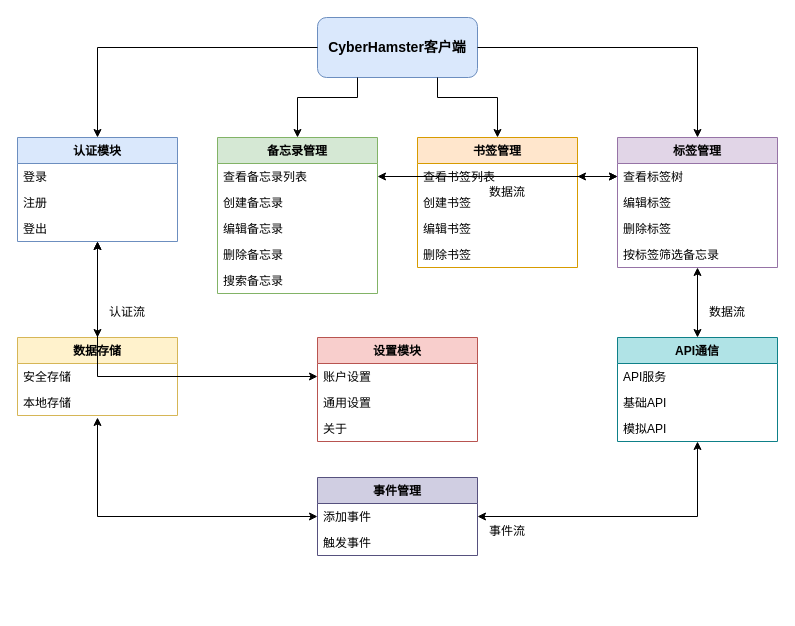
Before: drawio/client-features.drawio in ancientElement/CyberHamster, a draw.io diagram. Source tidied: cells renumbered, new cells numbered last; positions are measured from the earlier drawing's top-left corner, leaving out a move shared by most shapes. Both pictures are drawn from the tidied source at 100%, with x=0, y=0 at pixel (17, 17).
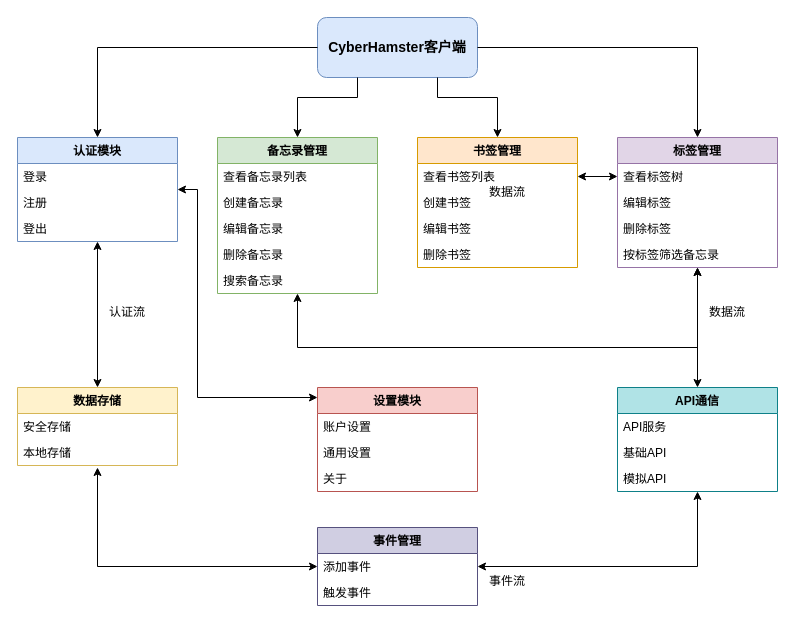
The same diagram, later.

Commit message (it also covers changes not shown here):
更新UML和客户端功能图，调整了图形布局和元素位置，优化了样式设置，确保文档与最新设计一致。

The change refers to these unchanged cells:
```xml
<mxCell id="3" value="认证模块" style="swimlane;fontStyle=1;align=center;verticalAlign=top;horizontal=1;startSize=26;fillColor=#dae8fc;strokeColor=#6c8ebf;" parent="1" vertex="1">
  <mxGeometry y="120" width="160" height="104" as="geometry" />
</mxCell>
<mxCell id="7" value="备忘录管理" style="swimlane;fontStyle=1;align=center;verticalAlign=top;horizontal=1;startSize=26;fillColor=#d5e8d4;strokeColor=#82b366;" parent="1" vertex="1">
  <mxGeometry x="200" y="120" width="160" height="156" as="geometry" />
</mxCell>
<mxCell id="8" value="查看备忘录列表" style="text;strokeColor=none;fillColor=none;align=left;verticalAlign=top;spacingLeft=4;spacingRight=4;overflow=hidden;points=[[0,0.5],[1,0.5]];portConstraint=eastwest;" parent="7" vertex="1">
  <mxGeometry y="26" width="160" height="26" as="geometry" />
</mxCell>
<mxCell id="18" value="标签管理" style="swimlane;fontStyle=1;align=center;verticalAlign=top;horizontal=1;startSize=26;fillColor=#e1d5e7;strokeColor=#9673a6;" parent="1" vertex="1">
  <mxGeometry x="600" y="120" width="160" height="130" as="geometry" />
</mxCell>
<mxCell id="19" value="查看标签树" style="text;strokeColor=none;fillColor=none;align=left;verticalAlign=top;spacingLeft=4;spacingRight=4;overflow=hidden;points=[[0,0.5],[1,0.5]];portConstraint=eastwest;" parent="18" vertex="1">
  <mxGeometry y="26" width="160" height="26" as="geometry" />
</mxCell>
<mxCell id="24" value="账户设置" style="text;strokeColor=none;fillColor=none;align=left;verticalAlign=top;spacingLeft=4;spacingRight=4;overflow=hidden;points=[[0,0.5],[1,0.5]];portConstraint=eastwest;" parent="23" vertex="1">
  <mxGeometry y="26" width="160" height="26" as="geometry" />
</mxCell>
<mxCell id="35" value="添加事件" style="text;strokeColor=none;fillColor=none;align=left;verticalAlign=top;spacingLeft=4;spacingRight=4;overflow=hidden;points=[[0,0.5],[1,0.5]];portConstraint=eastwest;" parent="34" vertex="1">
  <mxGeometry y="26" width="160" height="26" as="geometry" />
</mxCell>
```

Change to the diagram source:
```diff
@@
     <mxCell id="23" value="设置模块" style="swimlane;fontStyle=1;align=center;verticalAlign=top;horizontal=1;startSize=26;fillColor=#f8cecc;strokeColor=#b85450;" parent="1" vertex="1">
-      <mxGeometry x="300" y="320" width="160" height="104" as="geometry" />
+      <mxGeometry x="300" y="370" width="160" height="104" as="geometry" />
     </mxCell>
@@
     <mxCell id="27" value="数据存储" style="swimlane;fontStyle=1;align=center;verticalAlign=top;horizontal=1;startSize=26;fillColor=#fff2cc;strokeColor=#d6b656;" parent="1" vertex="1">
-      <mxGeometry y="320" width="160" height="78" as="geometry" />
+      <mxGeometry y="370" width="160" height="78" as="geometry" />
     </mxCell>
@@
     <mxCell id="30" value="API通信" style="swimlane;fontStyle=1;align=center;verticalAlign=top;horizontal=1;startSize=26;fillColor=#b0e3e6;strokeColor=#0e8088;" parent="1" vertex="1">
-      <mxGeometry x="600" y="320" width="160" height="104" as="geometry" />
+      <mxGeometry x="600" y="370" width="160" height="104" as="geometry" />
     </mxCell>
@@
     <mxCell id="34" value="事件管理" style="swimlane;fontStyle=1;align=center;verticalAlign=top;horizontal=1;startSize=26;fillColor=#d0cee2;strokeColor=#56517e;" parent="1" vertex="1">
-      <mxGeometry x="300" y="460" width="160" height="78" as="geometry" />
+      <mxGeometry x="300" y="510" width="160" height="78" as="geometry" />
     </mxCell>
@@
-    <mxCell id="41" style="endArrow=classic;startArrow=classic;html=1;rounded=0;exitX=1;exitY=0.5;exitDx=0;exitDy=0;entryX=0;entryY=0.5;entryDx=0;entryDy=0;" parent="1" edge="1" source="8" target="19">
-      <mxGeometry relative="1" as="geometry" />
+    <mxCell id="41" style="endArrow=classic;startArrow=classic;html=1;rounded=0;edgeStyle=orthogonalEdgeStyle;" parent="1" edge="1" source="7" target="18">
+      <mxGeometry relative="1" as="geometry">
+        <Array as="points">
+          <mxPoint x="280" y="330" />
+          <mxPoint x="680" y="330" />
+        </Array>
+      </mxGeometry>
     </mxCell>
@@
-    <mxCell id="43" style="endArrow=classic;startArrow=classic;html=1;rounded=0;exitX=0.5;exitY=1;exitDx=0;exitDy=0;entryX=0;entryY=0.5;entryDx=0;entryDy=0;" parent="1" edge="1" source="3" target="24">
+    <mxCell id="43" style="endArrow=classic;startArrow=classic;html=1;rounded=0;edgeStyle=orthogonalEdgeStyle;" parent="1" edge="1" source="3" target="23">
       <mxGeometry relative="1" as="geometry">
         <Array as="points">
-          <mxPoint x="80" y="280" />
-          <mxPoint x="80" y="359" />
+          <mxPoint x="180" y="172" />
+          <mxPoint x="180" y="380" />
         </Array>
       </mxGeometry>
     </mxCell>
@@
     <mxCell id="46" style="endArrow=classic;startArrow=classic;html=1;rounded=0;exitX=0;exitY=0.5;exitDx=0;exitDy=0;" parent="1" edge="1" source="35">
       <mxGeometry relative="1" as="geometry">
-        <mxPoint x="80" y="400" as="targetPoint" />
+        <mxPoint x="80" y="450" as="targetPoint" />
         <Array as="points">
-          <mxPoint x="80" y="499" />
+          <mxPoint x="80" y="549" />
         </Array>
       </mxGeometry>
     </mxCell>
     <mxCell id="47" style="endArrow=classic;startArrow=classic;html=1;rounded=0;exitX=1;exitY=0.5;exitDx=0;exitDy=0;entryX=0.5;entryY=1;entryDx=0;entryDy=0;" parent="1" edge="1" source="35" target="30">
       <mxGeometry relative="1" as="geometry">
         <Array as="points">
-          <mxPoint x="680" y="499" />
+          <mxPoint x="680" y="549" />
         </Array>
       </mxGeometry>
     </mxCell>
@@
     <mxCell id="50" value="事件流" style="text;html=1;strokeColor=none;fillColor=none;align=center;verticalAlign=middle;whiteSpace=wrap;rounded=0;" parent="1" vertex="1">
-      <mxGeometry x="460" y="499" width="60" height="30" as="geometry" />
+      <mxGeometry x="460" y="549" width="60" height="30" as="geometry" />
     </mxCell>
```
